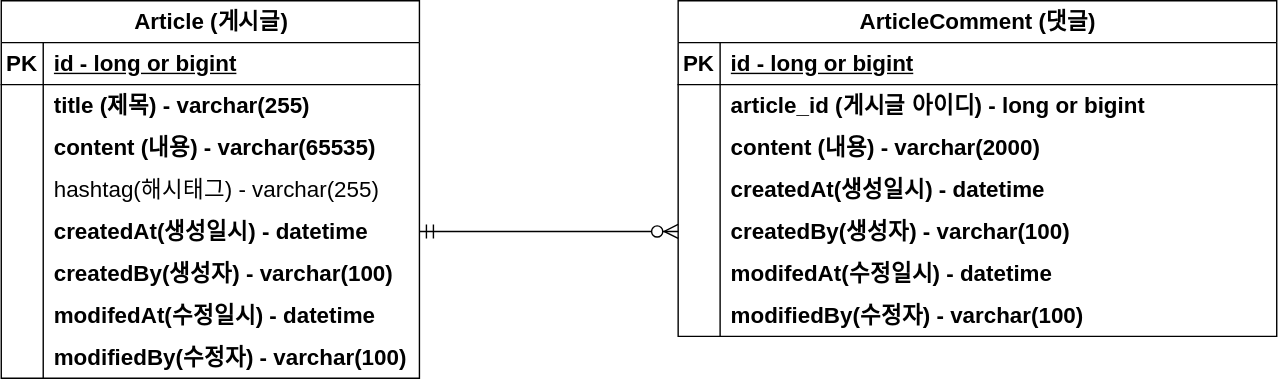
JongSoo0919/springboot-dev-project keeps this draw.io diagram as document/project-board-erd.svg. Above is the earlier version. Source tidied: cells renumbered, new cells last; positions are measured from the earlier drawing's top-left corner, leaving out a move shared by most shapes.
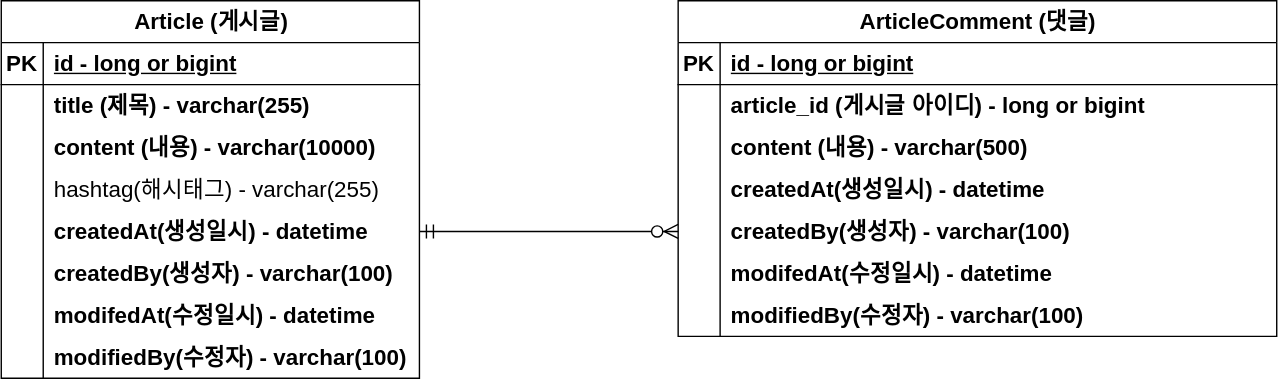
Above is the later version.

Commit message:
인덱스 처리를 위한 사이즈 조정

Diff of the diagram source:
```diff
@@ -29,7 +29,7 @@
     <mxCell id="10" style="shape=partialRectangle;fillColor=none;top=0;left=0;bottom=0;right=0;overflow=hidden;whiteSpace=wrap;html=1;fontSize=16;" parent="9" vertex="1">
       <mxGeometry width="30" height="30" as="geometry" />
     </mxCell>
-    <mxCell id="11" value="content (내용) - varchar(65535)" style="shape=partialRectangle;fillColor=none;top=0;left=0;bottom=0;right=0;align=left;spacingLeft=6;overflow=hidden;whiteSpace=wrap;html=1;fontSize=16;fontStyle=1;" parent="9" vertex="1">
+    <mxCell id="11" value="content (내용) - varchar(10000)" style="shape=partialRectangle;fillColor=none;top=0;left=0;bottom=0;right=0;align=left;spacingLeft=6;overflow=hidden;whiteSpace=wrap;html=1;fontSize=16;fontStyle=1;" parent="9" vertex="1">
       <mxGeometry x="30" width="269" height="30" as="geometry" />
     </mxCell>
     <mxCell id="12" style="shape=tableRow;horizontal=0;startSize=0;swimlaneHead=0;swimlaneBody=0;fillColor=none;top=0;left=0;right=0;bottom=0;fontSize=16;" parent="2" vertex="1">
@@ -104,7 +104,7 @@
     <mxCell id="35" style="shape=partialRectangle;fillColor=none;top=0;left=0;bottom=0;right=0;overflow=hidden;whiteSpace=wrap;html=1;fontSize=16;" parent="34" vertex="1">
       <mxGeometry width="30" height="30" as="geometry" />
     </mxCell>
-    <mxCell id="36" value="content (내용) - varchar(2000)" style="shape=partialRectangle;fillColor=none;top=0;left=0;bottom=0;right=0;align=left;spacingLeft=6;overflow=hidden;whiteSpace=wrap;html=1;fontSize=16;fontStyle=1;" parent="34" vertex="1">
+    <mxCell id="36" value="content (내용) - varchar(500)" style="shape=partialRectangle;fillColor=none;top=0;left=0;bottom=0;right=0;align=left;spacingLeft=6;overflow=hidden;whiteSpace=wrap;html=1;fontSize=16;fontStyle=1;" parent="34" vertex="1">
       <mxGeometry x="30" width="398" height="30" as="geometry" />
     </mxCell>
     <mxCell id="37" style="shape=tableRow;horizontal=0;startSize=0;swimlaneHead=0;swimlaneBody=0;fillColor=none;top=0;left=0;right=0;bottom=0;fontSize=16;" parent="27" vertex="1">
```
